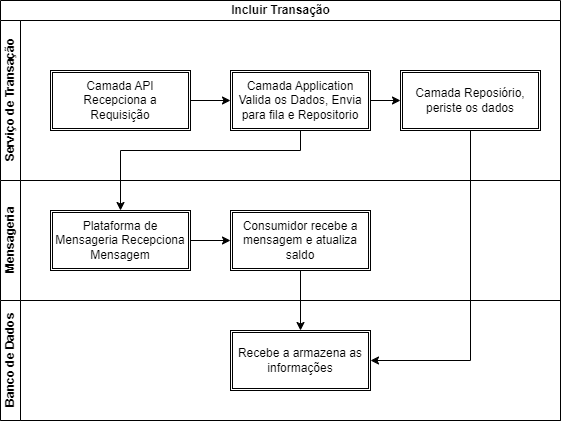
Before: Documentacao/Fluxo Principal Incluir Transacao.png, a diagram exported from draw.io (cleteot/repo-fluxo-caixa). Source tidied: cells renumbered, new cells last; positions are measured from the earlier drawing's top-left corner, leaving out a move shared by most shapes.
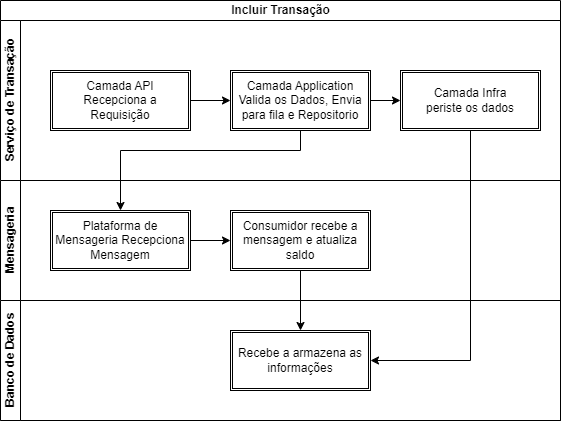
After the commit.

Diff of the diagram source:
```diff
@@ -20,7 +20,7 @@
     <mxCell id="7" value="Camada Application&lt;br&gt;Valida os Dados, Envia para fila e Repositorio" style="shape=ext;double=1;rounded=0;whiteSpace=wrap;html=1;" parent="3" vertex="1">
       <mxGeometry x="230" y="50" width="140" height="60" as="geometry" />
     </mxCell>
-    <mxCell id="8" value="Camada Reposiório, periste os dados" style="shape=ext;double=1;rounded=0;whiteSpace=wrap;html=1;" parent="3" vertex="1">
+    <mxCell id="8" value="Camada Infra&lt;br&gt;periste os dados" style="shape=ext;double=1;rounded=0;whiteSpace=wrap;html=1;" parent="3" vertex="1">
       <mxGeometry x="400" y="50" width="140" height="60" as="geometry" />
     </mxCell>
     <mxCell id="9" value="Mensageria" style="swimlane;startSize=20;horizontal=0;html=1;" parent="2" vertex="1">
```
